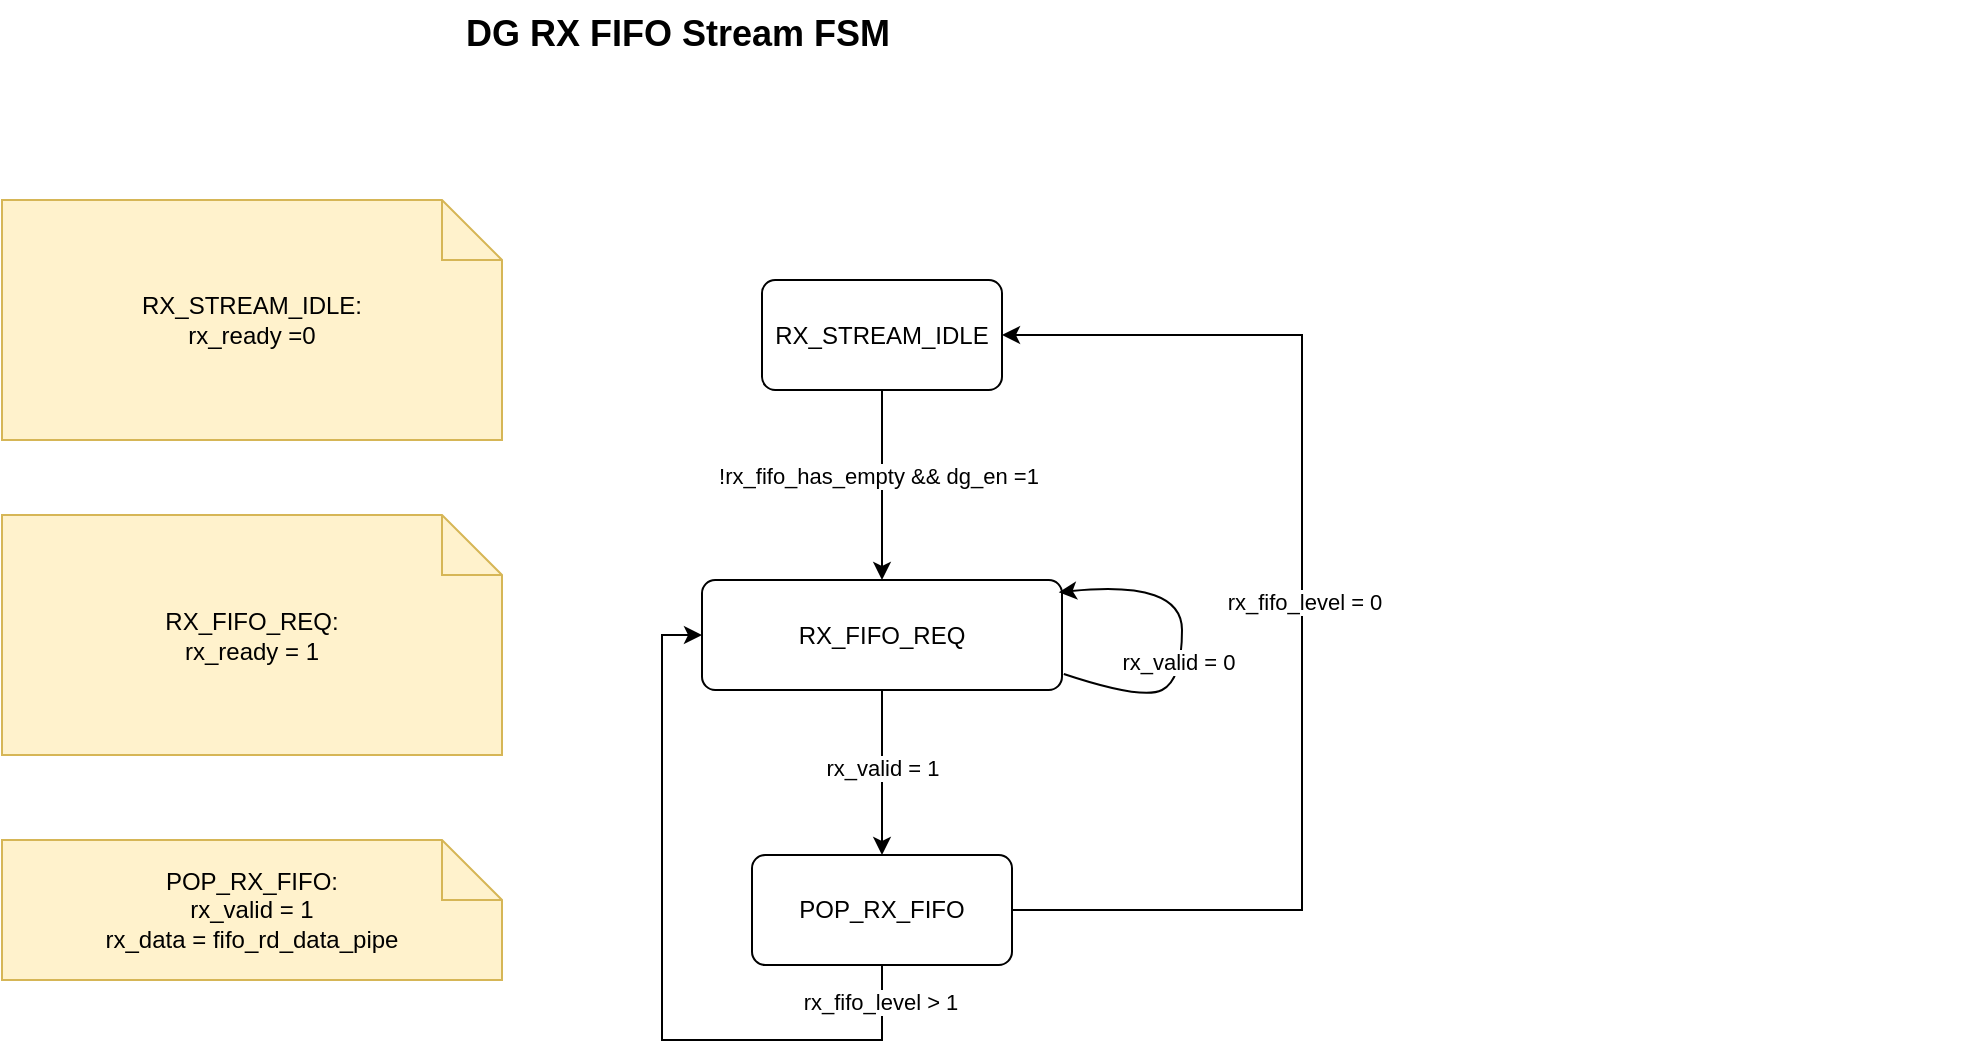
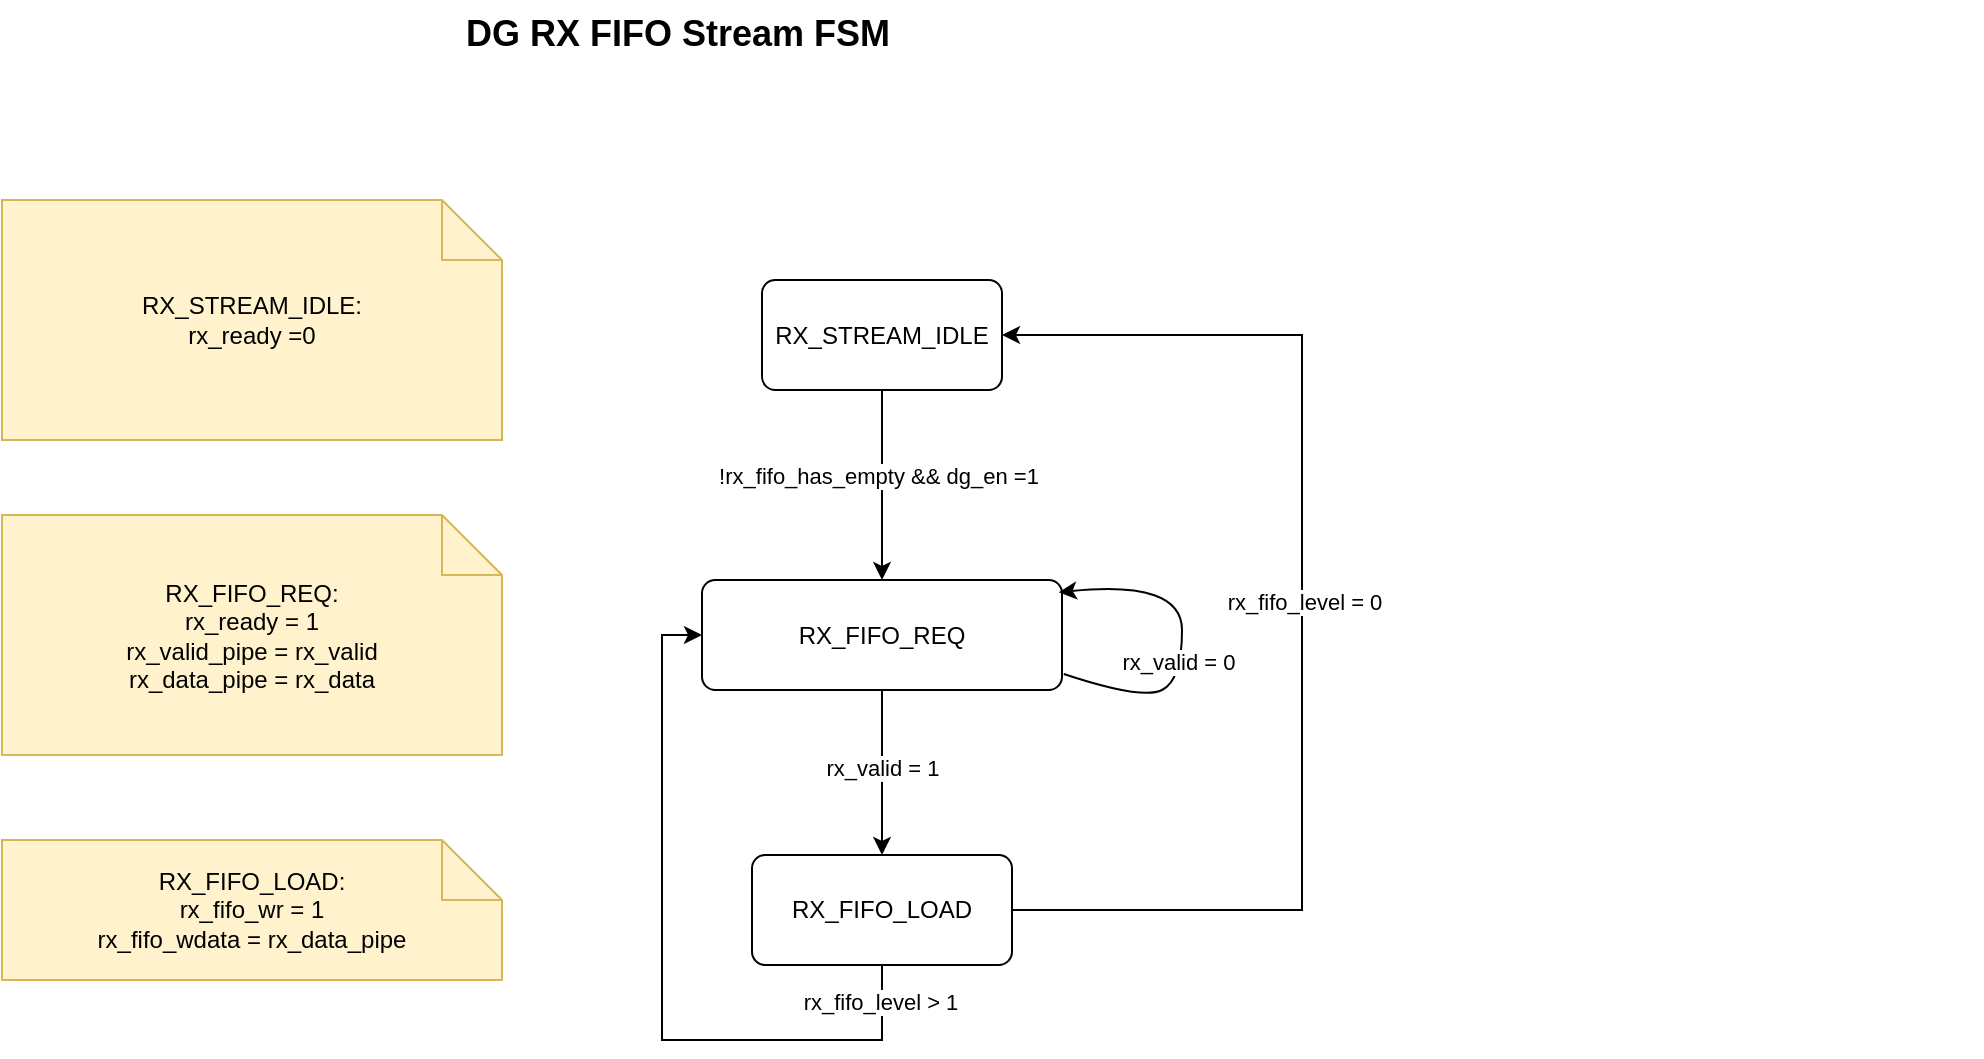
<mxfile host="app.diagrams.net">
  <diagram name="第 1 页" id="1fRNLwPgRf_CtldP1hrz">
    <mxGraphModel dx="-981" dy="380" grid="1" gridSize="10" guides="1" tooltips="1" connect="1" arrows="1" fold="1" page="1" pageScale="1" pageWidth="827" pageHeight="1169" math="0" shadow="0">
      <root>
        <mxCell id="0" />
        <mxCell id="1" parent="0" />
        <mxCell id="M1j7goV4bkzS5Lg1R7Bt-28" parent="1" style="text;html=1;strokeColor=none;fillColor=none;fontSize=18;fontStyle=1;" value="DG RX FIFO Stream FSM&amp;nbsp;&amp;nbsp;" vertex="1">
          <mxGeometry height="40" width="760" x="2040" y="130" as="geometry" />
        </mxCell>
        <mxCell id="M1j7goV4bkzS5Lg1R7Bt-29" parent="1" style="rounded=1;whiteSpace=wrap;html=1;arcSize=12;fillColor=#ffffff;strokeColor=#000000;" value="RX_STREAM_IDLE" vertex="1">
          <mxGeometry height="55" width="120" x="2190" y="270" as="geometry" />
        </mxCell>
        <mxCell id="M1j7goV4bkzS5Lg1R7Bt-30" parent="1" style="rounded=1;whiteSpace=wrap;html=1;arcSize=12;fillColor=#ffffff;strokeColor=#000000;" value="RX_FIFO_REQ" vertex="1">
          <mxGeometry height="55" width="180" x="2160" y="420" as="geometry" />
        </mxCell>
        <mxCell id="M1j7goV4bkzS5Lg1R7Bt-31" edge="1" parent="1" source="M1j7goV4bkzS5Lg1R7Bt-29" style="endArrow=classic;html=1;rounded=0;exitX=0.5;exitY=1;exitDx=0;exitDy=0;entryX=0.5;entryY=0;entryDx=0;entryDy=0;" target="M1j7goV4bkzS5Lg1R7Bt-30" value="">
          <mxGeometry height="50" relative="1" width="50" as="geometry">
            <mxPoint x="2270" y="390" as="sourcePoint" />
            <mxPoint x="2320" y="340" as="targetPoint" />
          </mxGeometry>
        </mxCell>
        <mxCell id="M1j7goV4bkzS5Lg1R7Bt-32" connectable="0" parent="M1j7goV4bkzS5Lg1R7Bt-31" style="edgeLabel;html=1;align=center;verticalAlign=middle;resizable=0;points=[];" value="!rx_fifo_has_empty &amp;amp;&amp;amp; dg_en =1" vertex="1">
          <mxGeometry relative="1" x="-0.0927" y="-2" as="geometry">
            <mxPoint as="offset" />
          </mxGeometry>
        </mxCell>
-         <mxCell id="M1j7goV4bkzS5Lg1R7Bt-33" parent="1" style="shape=note;whiteSpace=wrap;html=1;fillColor=#fff2cc;strokeColor=#d6b656;" value="RX_FIFO_REQ:&lt;div&gt;r&lt;span style=&quot;background-color: transparent;&quot;&gt;x_ready = 1&lt;/span&gt;&lt;br&gt;&lt;/div&gt;" vertex="1">
+         <mxCell id="M1j7goV4bkzS5Lg1R7Bt-33" parent="1" style="shape=note;whiteSpace=wrap;html=1;fillColor=#fff2cc;strokeColor=#d6b656;" value="RX_FIFO_REQ:&lt;div&gt;r&lt;span style=&quot;background-color: transparent;&quot;&gt;x_ready = 1&lt;/span&gt;&lt;br&gt;&lt;/div&gt;&lt;div&gt;&lt;span style=&quot;background-color: transparent;&quot;&gt;rx_valid_pipe = rx_valid&lt;/span&gt;&lt;/div&gt;&lt;div&gt;&lt;span style=&quot;background-color: transparent;&quot;&gt;rx_data_pipe = rx_data&lt;/span&gt;&lt;/div&gt;" vertex="1">
          <mxGeometry height="120" width="250" x="1810" y="387.5" as="geometry" />
        </mxCell>
-         <mxCell id="M1j7goV4bkzS5Lg1R7Bt-34" parent="1" style="rounded=1;whiteSpace=wrap;html=1;arcSize=12;fillColor=#ffffff;strokeColor=#000000;" value="POP_RX_FIFO" vertex="1">
+         <mxCell id="M1j7goV4bkzS5Lg1R7Bt-34" parent="1" style="rounded=1;whiteSpace=wrap;html=1;arcSize=12;fillColor=#ffffff;strokeColor=#000000;" value="RX_FIFO_LOAD" vertex="1">
          <mxGeometry height="55" width="130" x="2185" y="557.5" as="geometry" />
        </mxCell>
        <mxCell id="M1j7goV4bkzS5Lg1R7Bt-35" edge="1" parent="1" source="M1j7goV4bkzS5Lg1R7Bt-30" style="endArrow=classic;html=1;rounded=0;exitX=0.5;exitY=1;exitDx=0;exitDy=0;entryX=0.5;entryY=0;entryDx=0;entryDy=0;" target="M1j7goV4bkzS5Lg1R7Bt-34" value="">
          <mxGeometry height="50" relative="1" width="50" as="geometry">
            <mxPoint x="2260" y="540" as="sourcePoint" />
            <mxPoint x="2310" y="490" as="targetPoint" />
          </mxGeometry>
        </mxCell>
        <mxCell id="M1j7goV4bkzS5Lg1R7Bt-36" connectable="0" parent="M1j7goV4bkzS5Lg1R7Bt-35" style="edgeLabel;html=1;align=center;verticalAlign=middle;resizable=0;points=[];" value="rx_valid = 1" vertex="1">
          <mxGeometry relative="1" x="-0.0537" as="geometry">
            <mxPoint as="offset" />
          </mxGeometry>
        </mxCell>
-         <mxCell id="M1j7goV4bkzS5Lg1R7Bt-37" parent="1" style="shape=note;whiteSpace=wrap;html=1;fillColor=#fff2cc;strokeColor=#d6b656;" value="POP_RX_FIFO:&lt;div&gt;rx_valid = 1&lt;/div&gt;&lt;div&gt;rx_data = fifo_rd_data_pipe&lt;/div&gt;" vertex="1">
+         <mxCell id="M1j7goV4bkzS5Lg1R7Bt-37" parent="1" style="shape=note;whiteSpace=wrap;html=1;fillColor=#fff2cc;strokeColor=#d6b656;" value="RX_FIFO_LOAD:&lt;div&gt;rx_fifo_wr = 1&lt;/div&gt;&lt;div&gt;rx_fifo_wdata = rx_data_pipe&lt;/div&gt;" vertex="1">
          <mxGeometry height="70" width="250" x="1810" y="550" as="geometry" />
        </mxCell>
        <mxCell id="M1j7goV4bkzS5Lg1R7Bt-38" parent="1" style="shape=note;whiteSpace=wrap;html=1;fillColor=#fff2cc;strokeColor=#d6b656;" value="RX_STREAM_IDLE:&lt;div&gt;rx_ready =0&lt;/div&gt;" vertex="1">
          <mxGeometry height="120" width="250" x="1810" y="230" as="geometry" />
        </mxCell>
        <mxCell id="M1j7goV4bkzS5Lg1R7Bt-39" edge="1" parent="1" source="M1j7goV4bkzS5Lg1R7Bt-34" style="endArrow=classic;html=1;rounded=0;exitX=0.5;exitY=1;exitDx=0;exitDy=0;entryX=0;entryY=0.5;entryDx=0;entryDy=0;edgeStyle=orthogonalEdgeStyle;" target="M1j7goV4bkzS5Lg1R7Bt-30" value="">
          <mxGeometry height="50" relative="1" width="50" as="geometry">
            <Array as="points">
              <mxPoint x="2250" y="650" />
              <mxPoint x="2140" y="650" />
              <mxPoint x="2140" y="448" />
            </Array>
            <mxPoint x="2440" y="550" as="sourcePoint" />
            <mxPoint x="2490" y="500" as="targetPoint" />
          </mxGeometry>
        </mxCell>
        <mxCell id="M1j7goV4bkzS5Lg1R7Bt-40" connectable="0" parent="M1j7goV4bkzS5Lg1R7Bt-39" style="edgeLabel;html=1;align=center;verticalAlign=middle;resizable=0;points=[];" value="rx_fifo_level &amp;gt; 1" vertex="1">
          <mxGeometry relative="1" x="-0.9016" y="-1" as="geometry">
            <mxPoint as="offset" />
          </mxGeometry>
        </mxCell>
        <mxCell id="M1j7goV4bkzS5Lg1R7Bt-41" edge="1" parent="1" source="M1j7goV4bkzS5Lg1R7Bt-34" style="endArrow=classic;html=1;rounded=0;exitX=1;exitY=0.5;exitDx=0;exitDy=0;entryX=1;entryY=0.5;entryDx=0;entryDy=0;edgeStyle=orthogonalEdgeStyle;" target="M1j7goV4bkzS5Lg1R7Bt-29" value="">
          <mxGeometry height="50" relative="1" width="50" as="geometry">
            <Array as="points">
              <mxPoint x="2460" y="585" />
              <mxPoint x="2460" y="298" />
            </Array>
            <mxPoint x="2400" y="580" as="sourcePoint" />
            <mxPoint x="2450" y="530" as="targetPoint" />
          </mxGeometry>
        </mxCell>
        <mxCell id="M1j7goV4bkzS5Lg1R7Bt-42" connectable="0" parent="M1j7goV4bkzS5Lg1R7Bt-41" style="edgeLabel;html=1;align=center;verticalAlign=middle;resizable=0;points=[];" value="rx_fifo_level = 0" vertex="1">
          <mxGeometry relative="1" x="0.0267" y="-1" as="geometry">
            <mxPoint as="offset" />
          </mxGeometry>
        </mxCell>
        <mxCell id="M1j7goV4bkzS5Lg1R7Bt-55" edge="1" parent="1" source="M1j7goV4bkzS5Lg1R7Bt-30" style="curved=1;endArrow=classic;html=1;rounded=0;entryX=0.991;entryY=0.112;entryDx=0;entryDy=0;exitX=1.005;exitY=0.854;exitDx=0;exitDy=0;exitPerimeter=0;entryPerimeter=0;" target="M1j7goV4bkzS5Lg1R7Bt-30" value="">
          <mxGeometry height="50" relative="1" width="50" as="geometry">
            <Array as="points">
              <mxPoint x="2380" y="480" />
              <mxPoint x="2400" y="470" />
              <mxPoint x="2400" y="420" />
            </Array>
            <mxPoint x="2350" y="540" as="sourcePoint" />
            <mxPoint x="2400" y="490" as="targetPoint" />
          </mxGeometry>
        </mxCell>
        <mxCell id="M1j7goV4bkzS5Lg1R7Bt-56" connectable="0" parent="M1j7goV4bkzS5Lg1R7Bt-55" style="edgeLabel;html=1;align=center;verticalAlign=middle;resizable=0;points=[];" value="rx_valid = 0" vertex="1">
          <mxGeometry relative="1" x="-0.1698" y="2" as="geometry">
            <mxPoint as="offset" />
          </mxGeometry>
        </mxCell>
      </root>
    </mxGraphModel>
  </diagram>
</mxfile>
